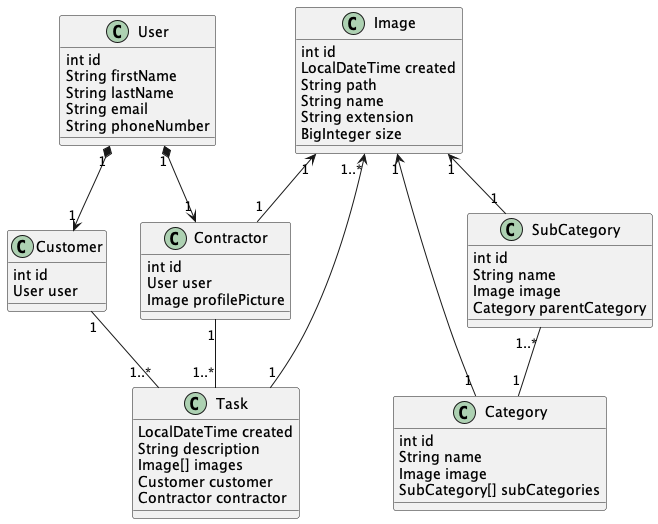
Above: out/doc/classDiagram/Class Diagram.png in btsogtbaatar/cs489-lab6 (PlantUML), before the change.
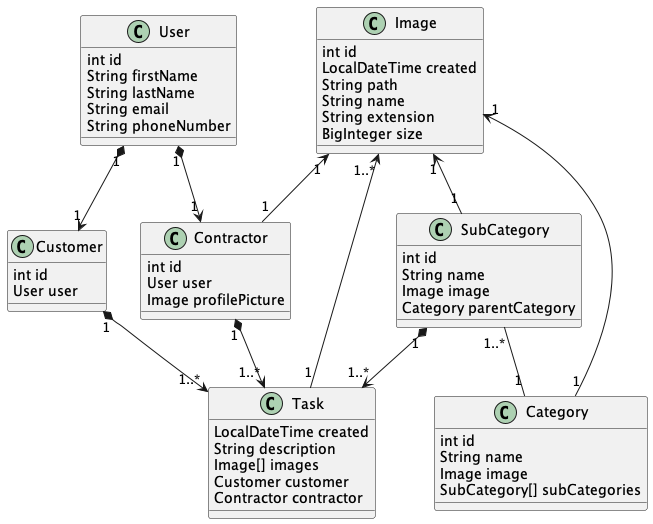
After the commit.

Change to the diagram source:
```diff
@@ -53,14 +53,15 @@
 User "1" *--> "1" Customer
 User "1" *--> "1" Contractor
 
-SubCategory "1..*"--"1" Category
-Image "1"<--"1" Contractor
+SubCategory "1..*" -- "1" Category
+Image "1" <-- "1" Contractor
 
-Image "1"<--"1" Category
-Image "1"<--"1" SubCategory
+Image "1" <-- "1" Category
+Image "1" <-- "1" SubCategory
 
-Image "1..*"<--"1" Task
-Customer "1"--"1..*" Task
-Contractor "1"--"1..*" Task
+Image "1..*" <-- "1" Task
+Customer "1" *--> "1..*" Task
+Contractor "1" *--> "1..*" Task
+SubCategory "1" *--> "1..*" Task
 
 @enduml
```
